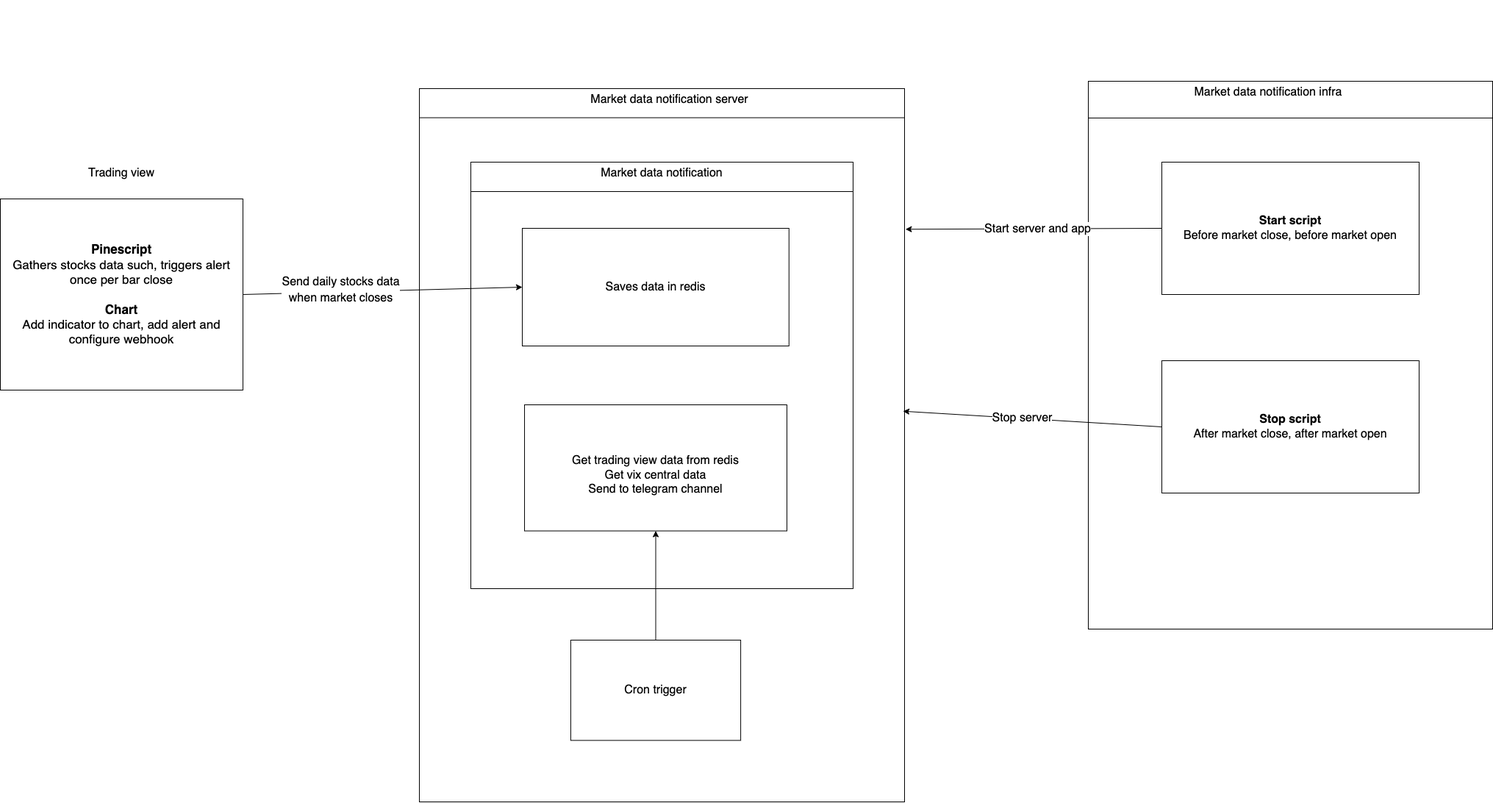
Above: images/tradingview-daily-stocks-info.png in hanchiang/market-data-notification (draw.io), before the change. Source tidied: cells renumbered, new cells last; positions are measured from the earlier drawing's top-left corner, leaving out a move shared by most shapes.
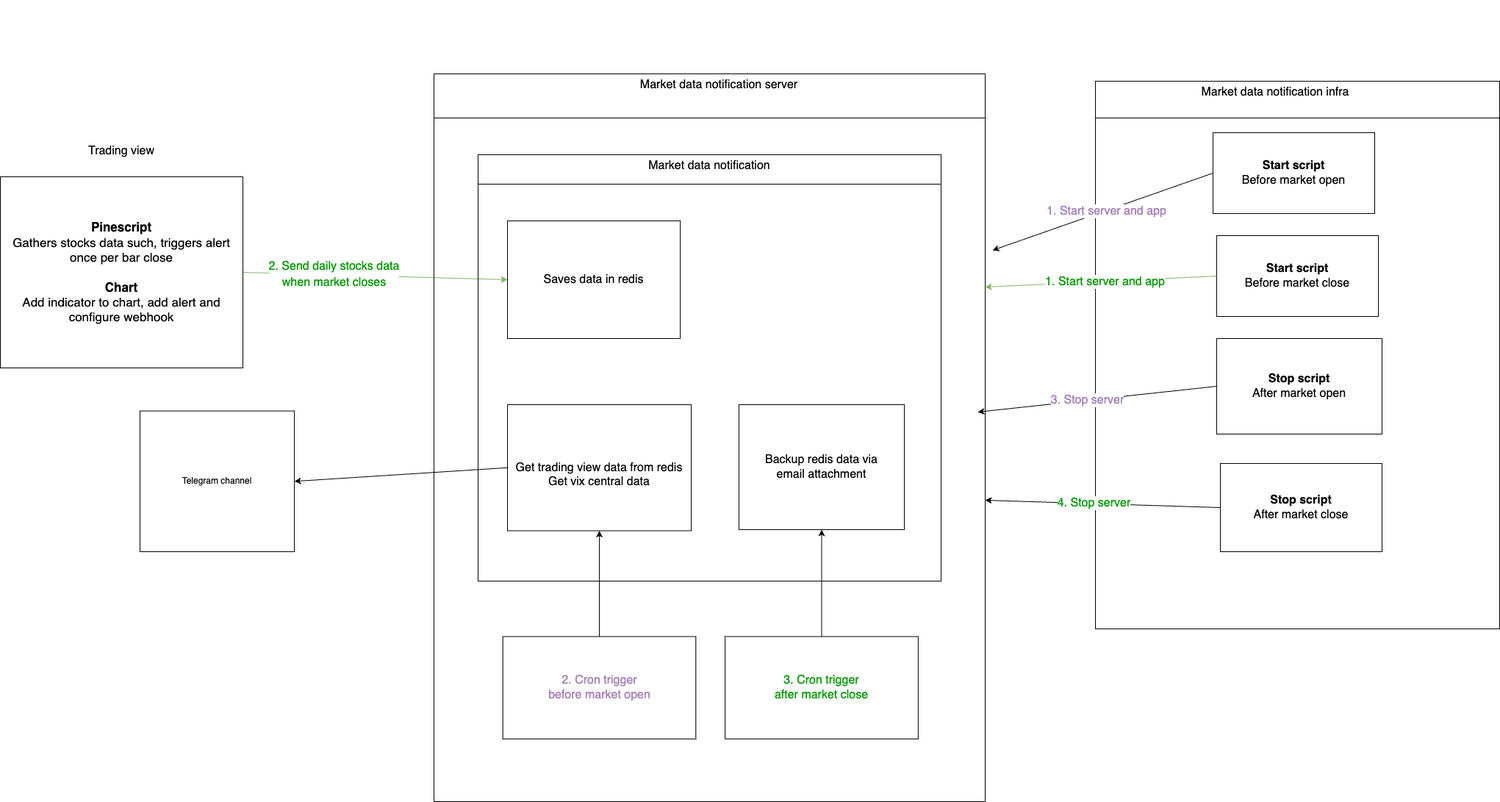
Later version of the same file.

Change to the diagram source:
```diff
@@ -2,16 +2,16 @@
   <root>
     <mxCell id="0" />
     <mxCell id="1" parent="0" />
-    <mxCell id="2" style="endArrow=classic;html=1;rounded=0;fontSize=17;exitX=1;exitY=0.5;exitDx=0;exitDy=0;entryX=0;entryY=0.5;entryDx=0;entryDy=0;" parent="1" edge="1" source="5" target="11">
+    <mxCell id="2" style="endArrow=classic;html=1;rounded=0;fontSize=17;exitX=1;exitY=0.5;exitDx=0;exitDy=0;entryX=0;entryY=0.5;entryDx=0;entryDy=0;fillColor=#d5e8d4;strokeColor=#82b366;" parent="1" edge="1" source="5" target="11">
       <mxGeometry relative="1" as="geometry" />
     </mxCell>
-    <mxCell id="3" value="&lt;font style=&quot;font-size: 16px;&quot;&gt;Send daily stocks data&lt;br&gt;when market closes&lt;br&gt;&lt;/font&gt;" style="edgeLabel;html=1;align=center;verticalAlign=middle;fontSize=17;" parent="2" vertex="1">
+    <mxCell id="3" value="&lt;font style=&quot;font-size: 16px;&quot;&gt;&lt;font color=&quot;#009900&quot;&gt;2. Send daily stocks data&lt;br&gt;when market closes&lt;/font&gt;&lt;br&gt;&lt;/font&gt;" style="edgeLabel;html=1;align=center;verticalAlign=middle;fontSize=17;" parent="2" vertex="1">
       <mxGeometry x="-0.1" y="2" relative="1" as="geometry">
         <mxPoint x="-38" y="-1" as="offset" />
       </mxGeometry>
     </mxCell>
     <mxCell id="4" style="group;" parent="1" vertex="1">
-      <mxGeometry y="220" width="330" height="310" as="geometry" />
+      <mxGeometry x="-10" y="190" width="330" height="310" as="geometry" />
     </mxCell>
     <mxCell id="5" value="&lt;font style=&quot;font-size: 17px;&quot;&gt;&lt;b&gt;Pinescript&lt;br&gt;&lt;/b&gt;Gathers stocks data such, triggers alert once per bar close&lt;br&gt;&lt;br&gt;&lt;b&gt;Chart&lt;br&gt;&lt;/b&gt;Add indicator to chart, add alert and configure webhook&lt;br&gt;&lt;/font&gt;" style="rounded=0;whiteSpace=wrap;html=1;" parent="4" vertex="1">
       <mxGeometry y="50" width="330" height="260" as="geometry" />
@@ -22,68 +22,121 @@
     <mxCell id="7" style="group;" parent="1" vertex="1">
       <mxGeometry x="105" width="525" height="810" as="geometry" />
     </mxCell>
+    <mxCell id="20" style="group;strokeColor=default;" parent="1" vertex="1">
+      <mxGeometry x="1480" y="110" width="550" height="745" as="geometry" />
+    </mxCell>
+    <mxCell id="21" value="Market data notification infra" style="text;html=1;strokeColor=none;fillColor=none;align=center;verticalAlign=middle;whiteSpace=wrap;rounded=0;fontSize=16;" parent="20" vertex="1">
+      <mxGeometry x="100" width="290" height="30" as="geometry" />
+    </mxCell>
+    <mxCell id="22" style="rounded=0;whiteSpace=wrap;html=1;strokeColor=default;fontSize=16;fillColor=none;" parent="20" vertex="1">
+      <mxGeometry y="50" width="550" height="695" as="geometry" />
+    </mxCell>
+    <mxCell id="23" value="&lt;b&gt;Start script&lt;/b&gt;&lt;br&gt;Before market open" style="rounded=0;whiteSpace=wrap;html=1;strokeColor=default;fontSize=16;fillColor=none;" parent="20" vertex="1">
+      <mxGeometry x="160" y="70" width="220" height="110" as="geometry" />
+    </mxCell>
+    <mxCell id="24" value="&lt;b&gt;Stop script&lt;/b&gt;&lt;br&gt;After market open" style="rounded=0;whiteSpace=wrap;html=1;strokeColor=default;fontSize=16;fillColor=none;" parent="20" vertex="1">
+      <mxGeometry x="165" y="350" width="225" height="130" as="geometry" />
+    </mxCell>
+    <mxCell id="29" value="&lt;b&gt;Start script&lt;/b&gt;&lt;br&gt;Before market close" style="rounded=0;whiteSpace=wrap;html=1;strokeColor=default;fontSize=16;fillColor=none;" parent="20" vertex="1">
+      <mxGeometry x="165" y="210" width="220" height="110" as="geometry" />
+    </mxCell>
+    <mxCell id="30" value="&lt;b&gt;Stop script&lt;/b&gt;&lt;br&gt;After market close" style="rounded=0;whiteSpace=wrap;html=1;strokeColor=default;fontSize=16;fillColor=none;" parent="20" vertex="1">
+      <mxGeometry x="170" y="520" width="220" height="120" as="geometry" />
+    </mxCell>
+    <mxCell id="31" style="endArrow=classic;html=1;rounded=0;fontSize=16;exitX=0;exitY=0.5;exitDx=0;exitDy=0;" parent="20" edge="1" source="30">
+      <mxGeometry relative="1" as="geometry">
+        <mxPoint x="-150" y="570" as="targetPoint" />
+      </mxGeometry>
+    </mxCell>
+    <mxCell id="32" value="&lt;font color=&quot;#009900&quot;&gt;4. Stop server&lt;/font&gt;" style="edgeLabel;html=1;align=center;verticalAlign=middle;fontSize=16;" parent="31" vertex="1">
+      <mxGeometry x="0.08" y="-1" relative="1" as="geometry" />
+    </mxCell>
+    <mxCell id="25" style="endArrow=classic;html=1;rounded=0;fontSize=16;exitX=0;exitY=0.5;exitDx=0;exitDy=0;" parent="1" edge="1" source="23">
+      <mxGeometry relative="1" as="geometry">
+        <mxPoint x="1340" y="340" as="targetPoint" />
+      </mxGeometry>
+    </mxCell>
+    <mxCell id="26" value="&lt;font color=&quot;#a680b8&quot;&gt;1. Start server and app&lt;/font&gt;" style="edgeLabel;html=1;align=center;verticalAlign=middle;fontSize=16;" parent="25" vertex="1">
+      <mxGeometry x="-0.03" relative="1" as="geometry" />
+    </mxCell>
+    <mxCell id="27" style="endArrow=classic;html=1;rounded=0;fontSize=16;exitX=0;exitY=0.5;exitDx=0;exitDy=0;" parent="1" edge="1" source="24">
+      <mxGeometry relative="1" as="geometry">
+        <mxPoint x="1320" y="560" as="targetPoint" />
+      </mxGeometry>
+    </mxCell>
+    <mxCell id="28" value="&lt;font color=&quot;#a680b8&quot;&gt;3. Stop server&lt;/font&gt;" style="edgeLabel;html=1;align=center;verticalAlign=middle;fontSize=16;" parent="27" vertex="1">
+      <mxGeometry x="0.08" y="-1" relative="1" as="geometry" />
+    </mxCell>
+    <mxCell id="33" style="group;" parent="1" vertex="1">
+      <mxGeometry x="580" y="100" width="750" height="990" as="geometry" />
+    </mxCell>
+    <mxCell id="15" style="group;" parent="33" vertex="1">
+      <mxGeometry width="750" height="990" as="geometry" />
+    </mxCell>
+    <mxCell id="16" style="group;strokeColor=default;" parent="15" vertex="1">
+      <mxGeometry width="750" height="990" as="geometry" />
+    </mxCell>
+    <mxCell id="18" value="Market data notification server" style="text;html=1;strokeColor=none;fillColor=none;align=center;verticalAlign=middle;whiteSpace=wrap;rounded=0;fontSize=16;" parent="16" vertex="1">
+      <mxGeometry x="178.7" width="417.5" height="30.3" as="geometry" />
+    </mxCell>
-    <mxCell id="8" style="group;strokeColor=default;" parent="1" vertex="1">
-      <mxGeometry x="640" y="220" width="520" height="580" as="geometry" />
+    <mxCell id="8" style="group;strokeColor=default;" parent="16" vertex="1">
+      <mxGeometry x="60" y="110" width="630" height="580" as="geometry" />
     </mxCell>
     <mxCell id="9" style="group;" parent="8" vertex="1">
-      <mxGeometry y="40" width="520" height="540" as="geometry" />
+      <mxGeometry y="40" width="630" height="540" as="geometry" />
     </mxCell>
     <mxCell id="10" style="group;strokeColor=default;" parent="9" vertex="1">
-      <mxGeometry width="520" height="540" as="geometry" />
+      <mxGeometry width="630" height="540" as="geometry" />
     </mxCell>
     <mxCell id="11" value="Saves data in redis" style="rounded=0;whiteSpace=wrap;html=1;fontSize=16;" parent="9" vertex="1">
-      <mxGeometry x="70" y="50" width="362.8" height="160" as="geometry" />
+      <mxGeometry x="40" y="50" width="235.2" height="160" as="geometry" />
     </mxCell>
-    <mxCell id="12" value="&lt;br&gt;Get trading view data from redis&lt;br&gt;Get vix central data&lt;br&gt;Send to telegram channel" style="rounded=0;whiteSpace=wrap;html=1;fontSize=16;" parent="9" vertex="1">
-      <mxGeometry x="73" y="290" width="357" height="171.5" as="geometry" />
+    <mxCell id="12" value="&lt;br&gt;Get trading view data from redis&lt;br&gt;Get vix central data&lt;br&gt;" style="rounded=0;whiteSpace=wrap;html=1;fontSize=16;" parent="9" vertex="1">
+      <mxGeometry x="40" y="300" width="250" height="171.5" as="geometry" />
     </mxCell>
+    <mxCell id="34" value="&lt;font style=&quot;font-size: 16px;&quot;&gt;Backup redis data via&lt;br&gt;email attachment&lt;/font&gt;" style="rounded=0;whiteSpace=wrap;html=1;" parent="9" vertex="1">
+      <mxGeometry x="355" y="300" width="225" height="170" as="geometry" />
+    </mxCell>
     <mxCell id="13" value="Market data notification" style="text;html=1;strokeColor=none;fillColor=none;align=center;verticalAlign=middle;whiteSpace=wrap;rounded=0;fontSize=16;" parent="8" vertex="1">
-      <mxGeometry x="128" width="264" height="30" as="geometry" />
+      <mxGeometry x="155.1" width="319.8" height="30" as="geometry" />
     </mxCell>
+    <mxCell id="19" value="&lt;font color=&quot;#a680b8&quot;&gt;2. Cron trigger&lt;br&gt;before market open&lt;/font&gt;" style="rounded=0;whiteSpace=wrap;html=1;fontSize=16;fillColor=default;" parent="16" vertex="1">
+      <mxGeometry x="93.7" y="765.5" width="262.7" height="139.2" as="geometry" />
+    </mxCell>
-    <mxCell id="14" style="endArrow=classic;html=1;rounded=0;fontSize=16;exitX=0.5;exitY=0;exitDx=0;exitDy=0;entryX=0.5;entryY=1;entryDx=0;entryDy=0;" parent="1" edge="1" source="19" target="12">
+    <mxCell id="14" style="endArrow=classic;html=1;rounded=0;fontSize=16;exitX=0.5;exitY=0;exitDx=0;exitDy=0;entryX=0.5;entryY=1;entryDx=0;entryDy=0;" parent="16" edge="1" source="19" target="12">
       <mxGeometry relative="1" as="geometry" />
     </mxCell>
-    <mxCell id="15" style="group;" parent="1" vertex="1">
-      <mxGeometry x="570" y="120" width="660" height="970" as="geometry" />
-    </mxCell>
-    <mxCell id="16" style="group;strokeColor=default;" parent="15" vertex="1">
-      <mxGeometry width="660" height="970" as="geometry" />
-    </mxCell>
-    <mxCell id="17" style="rounded=0;whiteSpace=wrap;html=1;strokeColor=default;fontSize=16;fillColor=none;" parent="16" vertex="1">
-      <mxGeometry y="39.6" width="660" height="930.4" as="geometry" />
-    </mxCell>
-    <mxCell id="18" value="Market data notification server" style="text;html=1;strokeColor=none;fillColor=none;align=center;verticalAlign=middle;whiteSpace=wrap;rounded=0;fontSize=16;" parent="16" vertex="1">
-      <mxGeometry x="157.3" width="367.4" height="29.7" as="geometry" />
-    </mxCell>
-    <mxCell id="19" value="Cron trigger" style="rounded=0;whiteSpace=wrap;html=1;fontSize=16;fillColor=default;" parent="15" vertex="1">
-      <mxGeometry x="205.9" y="750" width="231.2" height="136.4" as="geometry" />
-    </mxCell>
-    <mxCell id="20" style="group;strokeColor=default;" parent="1" vertex="1">
-      <mxGeometry x="1480" y="110" width="550" height="745" as="geometry" />
-    </mxCell>
-    <mxCell id="21" value="Market data notification infra" style="text;html=1;strokeColor=none;fillColor=none;align=center;verticalAlign=middle;whiteSpace=wrap;rounded=0;fontSize=16;" parent="20" vertex="1">
-      <mxGeometry x="100" width="290" height="30" as="geometry" />
-    </mxCell>
-    <mxCell id="22" style="rounded=0;whiteSpace=wrap;html=1;strokeColor=default;fontSize=16;fillColor=none;" parent="20" vertex="1">
-      <mxGeometry y="50" width="550" height="695" as="geometry" />
-    </mxCell>
-    <mxCell id="23" value="&lt;b&gt;Start script&lt;/b&gt;&lt;br&gt;Before market close, before market open" style="rounded=0;whiteSpace=wrap;html=1;strokeColor=default;fontSize=16;fillColor=none;" parent="20" vertex="1">
-      <mxGeometry x="100" y="110" width="350" height="180" as="geometry" />
-    </mxCell>
-    <mxCell id="24" value="&lt;b&gt;Stop script&lt;/b&gt;&lt;br&gt;After market close, after market open" style="rounded=0;whiteSpace=wrap;html=1;strokeColor=default;fontSize=16;fillColor=none;" parent="20" vertex="1">
-      <mxGeometry x="100" y="380" width="350" height="180" as="geometry" />
-    </mxCell>
-    <mxCell id="25" style="endArrow=classic;html=1;rounded=0;fontSize=16;exitX=0;exitY=0.5;exitDx=0;exitDy=0;entryX=1.002;entryY=0.163;entryDx=0;entryDy=0;entryPerimeter=0;" parent="1" edge="1" source="23" target="17">
-      <mxGeometry relative="1" as="geometry" />
-    </mxCell>
-    <mxCell id="26" value="Start server and app" style="edgeLabel;html=1;align=center;verticalAlign=middle;fontSize=16;" parent="25" vertex="1">
-      <mxGeometry x="-0.03" relative="1" as="geometry" />
-    </mxCell>
-    <mxCell id="27" style="endArrow=classic;html=1;rounded=0;fontSize=16;exitX=0;exitY=0.5;exitDx=0;exitDy=0;entryX=0.997;entryY=0.429;entryDx=0;entryDy=0;entryPerimeter=0;" parent="1" edge="1" source="24" target="17">
-      <mxGeometry relative="1" as="geometry" />
-    </mxCell>
-    <mxCell id="28" value="Stop server" style="edgeLabel;html=1;align=center;verticalAlign=middle;fontSize=16;" parent="27" vertex="1">
-      <mxGeometry x="0.08" y="-1" relative="1" as="geometry" />
-    </mxCell>
+    <mxCell id="35" value="&lt;font color=&quot;#009900&quot;&gt;3. Cron trigger&lt;br&gt;after market close&lt;/font&gt;" style="rounded=0;whiteSpace=wrap;html=1;fontSize=16;fillColor=default;" parent="16" vertex="1">
+      <mxGeometry x="396.2" y="765.5" width="262.7" height="139.2" as="geometry" />
+    </mxCell>
+    <mxCell id="36" style="endArrow=classic;html=1;rounded=0;exitX=0.5;exitY=0;exitDx=0;exitDy=0;entryX=0.5;entryY=1;entryDx=0;entryDy=0;" parent="16" edge="1" source="35" target="34">
+      <mxGeometry relative="1" as="geometry" />
+    </mxCell>
+    <mxCell id="37" style="endArrow=none;html=1;rounded=0;" parent="33" edge="1">
+      <mxGeometry relative="1" as="geometry">
+        <mxPoint y="60" as="sourcePoint" />
+        <mxPoint x="750" y="60" as="targetPoint" />
+      </mxGeometry>
+    </mxCell>
+    <mxCell id="38" style="endArrow=classic;html=1;rounded=0;fontSize=16;exitX=0;exitY=0.5;exitDx=0;exitDy=0;fillColor=#d5e8d4;strokeColor=#82b366;" parent="1" edge="1" source="29">
+      <mxGeometry relative="1" as="geometry">
+        <mxPoint x="1330" y="390" as="targetPoint" />
+      </mxGeometry>
+    </mxCell>
+    <mxCell id="39" value="&lt;font color=&quot;#009900&quot;&gt;1. Start server and app&lt;/font&gt;" style="edgeLabel;html=1;align=center;verticalAlign=middle;fontSize=16;" parent="38" vertex="1">
+      <mxGeometry x="-0.03" relative="1" as="geometry" />
+    </mxCell>
+    <mxCell id="40" style="endArrow=classic;html=1;rounded=0;exitX=0;exitY=0.5;exitDx=0;exitDy=0;entryX=1;entryY=0.5;entryDx=0;entryDy=0;" parent="1" edge="1" source="12" target="43">
+      <mxGeometry relative="1" as="geometry" />
+    </mxCell>
+    <mxCell id="41" style="group;" parent="1" vertex="1">
+      <mxGeometry x="180" y="530" width="210" height="220" as="geometry" />
+    </mxCell>
+    <mxCell id="42" style="group;" parent="41" vertex="1">
+      <mxGeometry y="-1.4" width="210" height="221.4" as="geometry" />
+    </mxCell>
+    <mxCell id="43" value="Telegram channel" style="rounded=0;whiteSpace=wrap;html=1;" parent="42" vertex="1">
+      <mxGeometry y="30" width="210" height="191.4" as="geometry" />
+    </mxCell>
   </root>
 </mxGraphModel>
```
